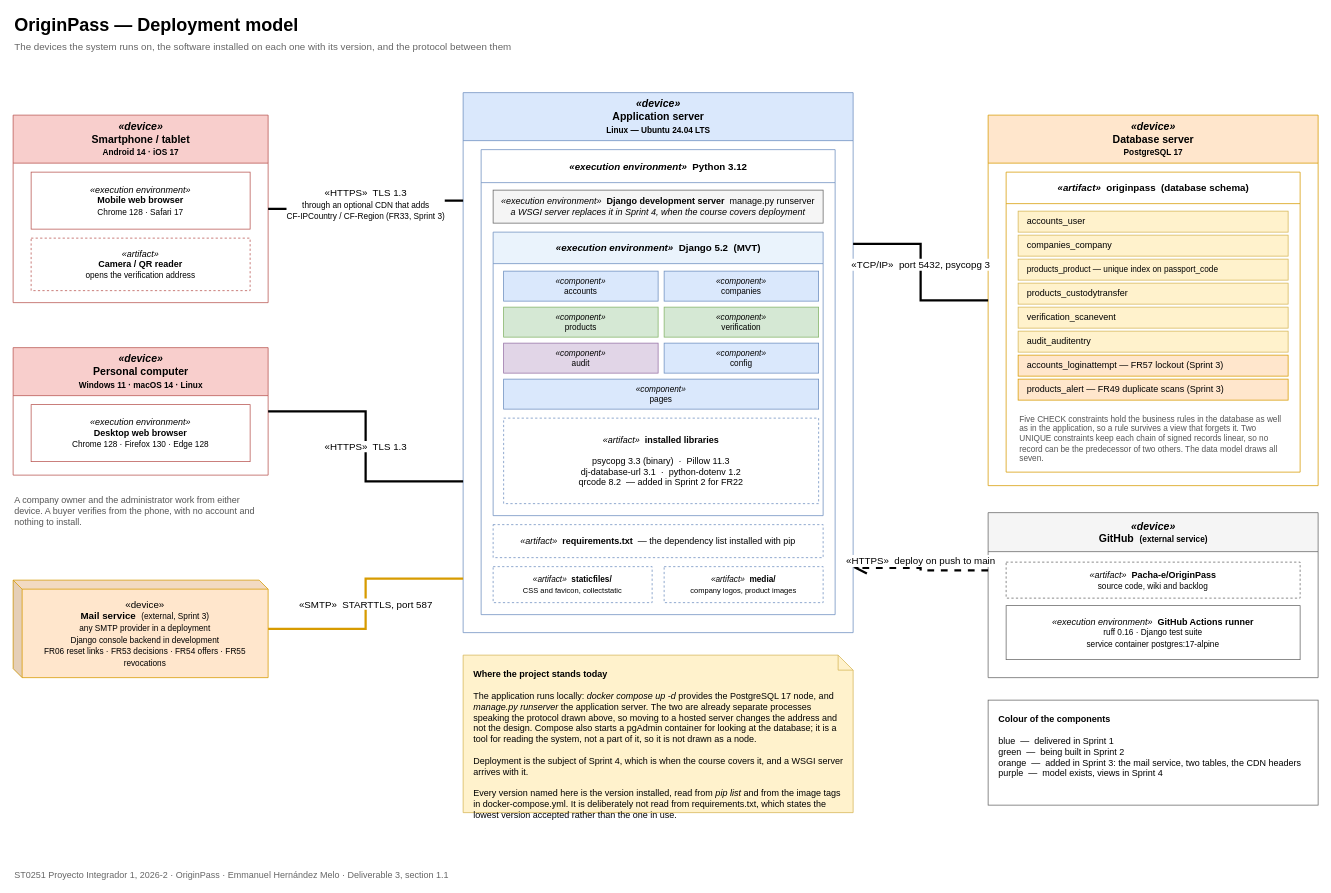
Before: docs/diagrams/deployment-model.drawio in Pacha-e/OriginPass, a draw.io diagram. Source tidied: cells renumbered, new cells numbered last; positions are measured from the earlier drawing's top-left corner, leaving out a move shared by most shapes. Both pictures are drawn from the tidied source at 75%, with x=0, y=0 at pixel (13, 13).
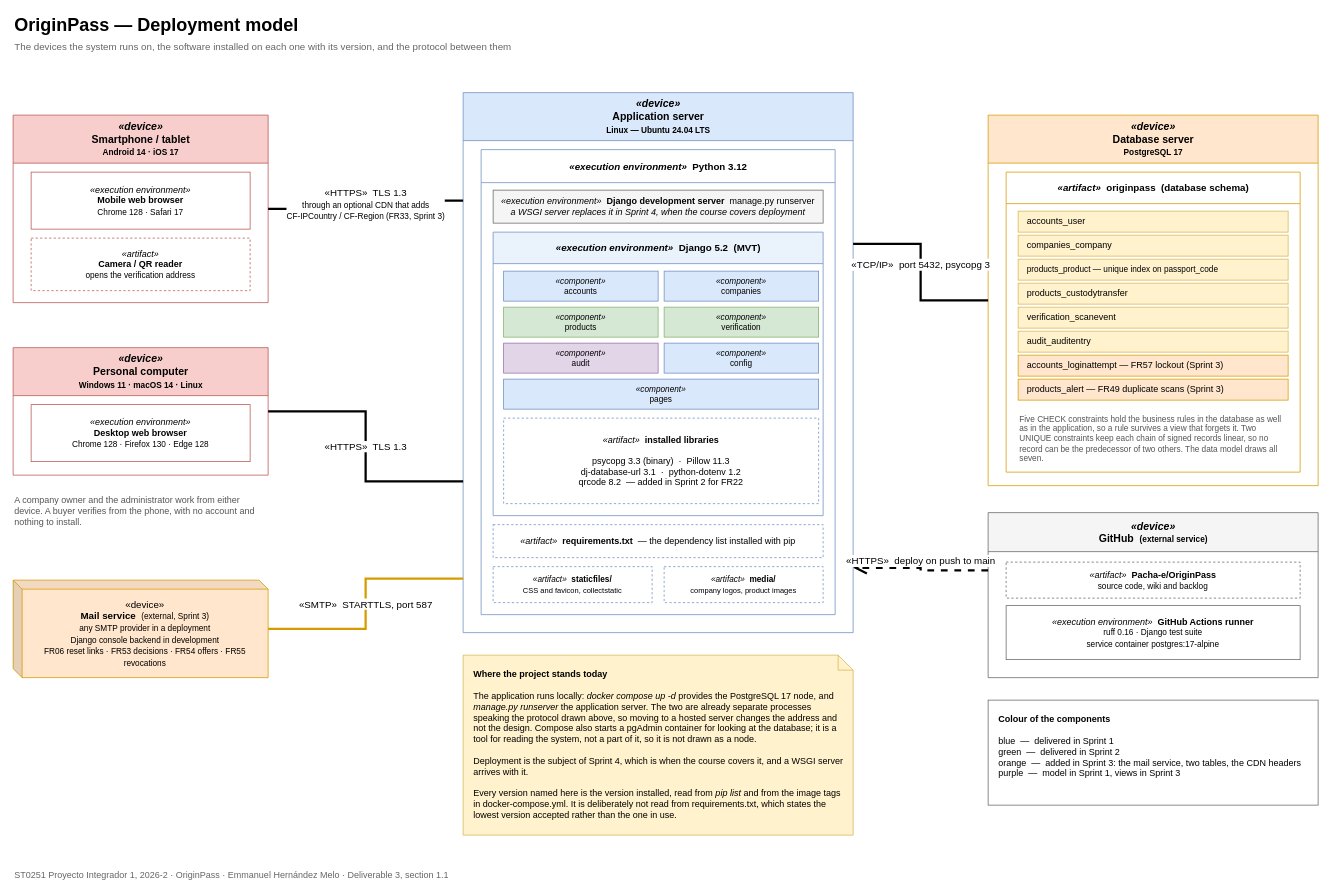
The same page after the edit.

What changed in the source:
```diff
@@
     <mxCell id="45" value="&lt;b&gt;Where the project stands today&lt;/b&gt;&lt;br&gt;&lt;br&gt;The application runs locally: &lt;i&gt;docker compose up -d&lt;/i&gt; provides the PostgreSQL 17 node, and &lt;i&gt;manage.py runserver&lt;/i&gt; the application server. The two are already separate processes speaking the protocol drawn above, so moving to a hosted server changes the address and not the design. Compose also starts a pgAdmin container for looking at the database; it is a tool for reading the system, not a part of it, so it is not drawn as a node.&lt;br&gt;&lt;br&gt;Deployment is the subject of Sprint 4, which is when the course covers it, and a WSGI server arrives with it.&lt;br&gt;&lt;br&gt;Every version named here is the version installed, read from &lt;i&gt;pip list&lt;/i&gt; and from the image tags in docker-compose.yml. It is deliberately not read from requirements.txt, which states the lowest version accepted rather than the one in use." style="shape=note;whiteSpace=wrap;html=1;size=20;align=left;verticalAlign=top;spacing=14;fillColor=#fff2cc;strokeColor=#d6b656;fontSize=12;" parent="1" vertex="1">
-      <mxGeometry x="600" y="856" width="520" height="210" as="geometry" />
+      <mxGeometry x="600" y="856" width="520" height="240" as="geometry" />
     </mxCell>
-    <mxCell id="46" value="&lt;b&gt;Colour of the components&lt;/b&gt;&lt;br&gt;&lt;br&gt;blue&amp;nbsp; —&amp;nbsp; delivered in Sprint 1&lt;br&gt;green&amp;nbsp; —&amp;nbsp; being built in Sprint 2&lt;br&gt;orange&amp;nbsp; —&amp;nbsp; added in Sprint 3: the mail service, two tables, the CDN headers&lt;br&gt;purple&amp;nbsp; —&amp;nbsp; model exists, views in Sprint 4" style="rounded=0;whiteSpace=wrap;html=1;align=left;verticalAlign=top;spacing=14;fillColor=none;strokeColor=#666666;fontSize=12;" parent="1" vertex="1">
+    <mxCell id="46" value="&lt;b&gt;Colour of the components&lt;/b&gt;&lt;br&gt;&lt;br&gt;blue&amp;nbsp; —&amp;nbsp; delivered in Sprint 1&lt;br&gt;green&amp;nbsp; —&amp;nbsp; delivered in Sprint 2&lt;br&gt;orange&amp;nbsp; —&amp;nbsp; added in Sprint 3: the mail service, two tables, the CDN headers&lt;br&gt;purple&amp;nbsp; —&amp;nbsp; model in Sprint 1, views in Sprint 3" style="rounded=0;whiteSpace=wrap;html=1;align=left;verticalAlign=top;spacing=14;fillColor=none;strokeColor=#666666;fontSize=12;" parent="1" vertex="1">
       <mxGeometry x="1300" y="916" width="440" height="140" as="geometry" />
     </mxCell>
```
